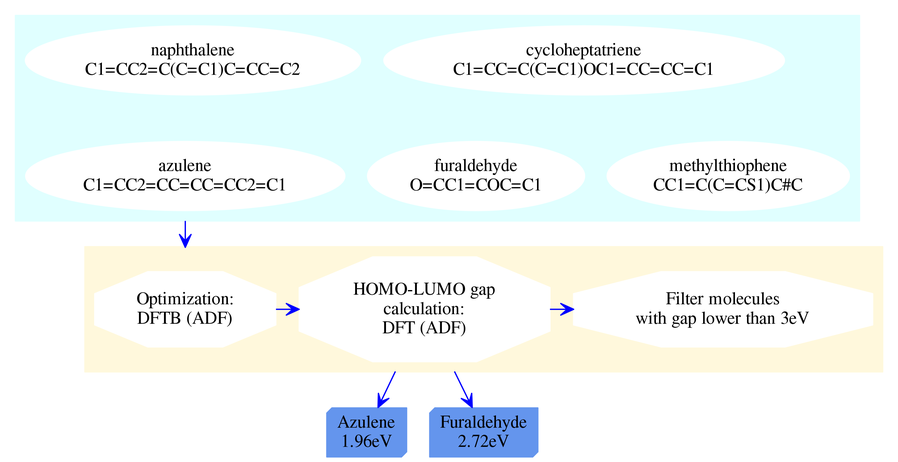
Earlier version of the Graphviz export images/example_2.png (SCM-NV/qmflows_examples). Its source is kept beside it as images/example_2.dot.
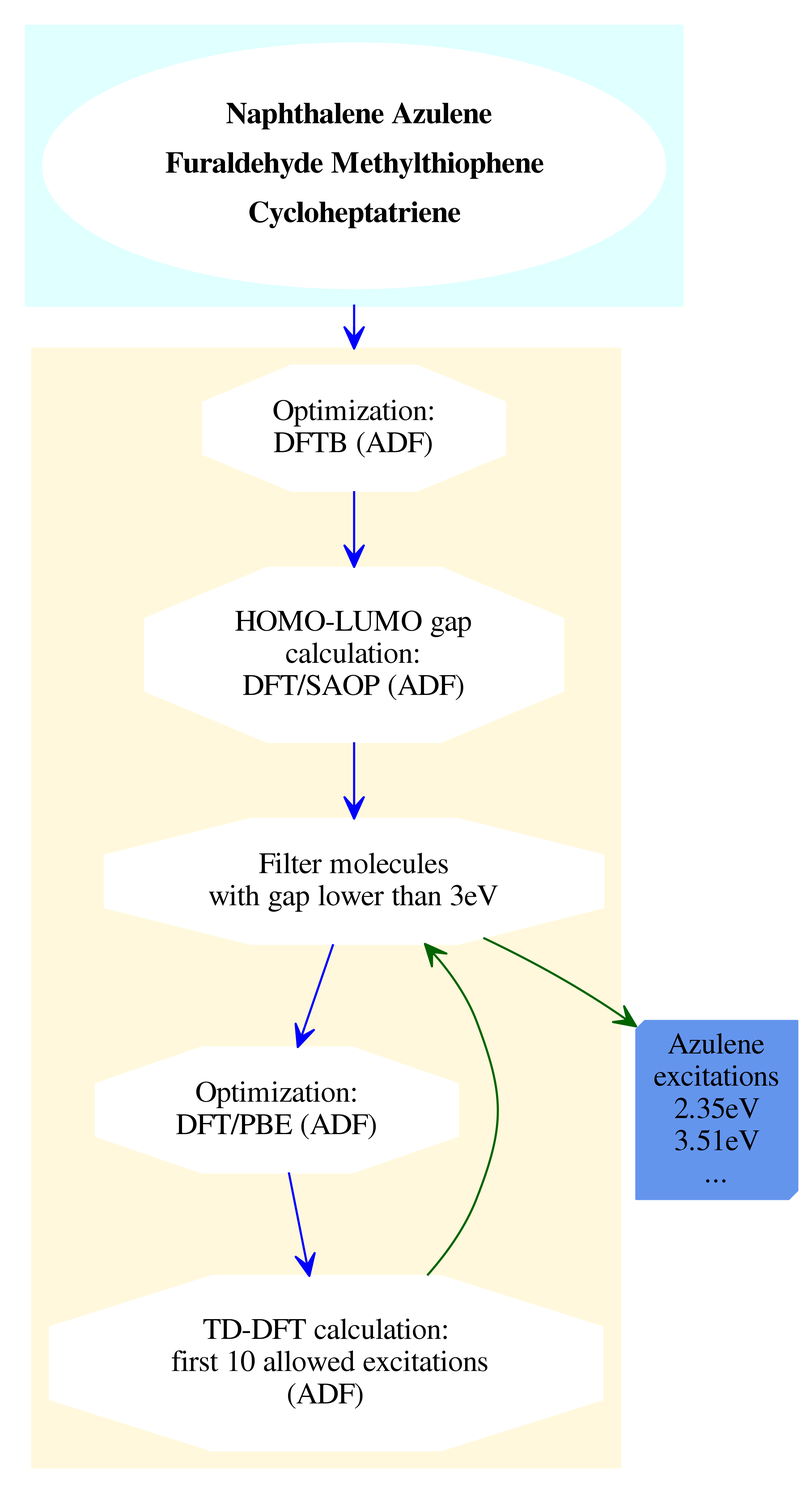
After the change.

What changed in the source:
```diff
@@ -1,43 +1,40 @@
 digraph G {
 	rankdir=TB;
 	edge[arrowhead=vee, color=blue]
-        graph [ dpi = 300 ];
+        graph [dpi=300];
 	newrank=true;
 	compound=true;
 	subgraph clustermol {
-	     node[style=filled, color=white];
-          m1[label="naphthalene\nC1=CC2=C(C=C1)C=CC=C2"]
-          m2[label="azulene\nC1=CC2=CC=CC=CC2=C1"]
-          m3[label="cycloheptatriene\nC1=CC=C(C=C1)OC1=CC=CC=C1"]
-          m4[label="furaldehyde\nO=CC1=COC=C1"]
-          m5[label="methylthiophene\nCC1=C(C=CS1)C#C"]
+		node[style=filled, color=white];
+		m1[label=<
+		   <TABLE><TR><TD><B> Naphthalene Azulene</B></TD></TR>
+		   <TR><TD><B>Furaldehyde Methylthiophene</B></TD></TR>
+		   <TR><TD><B>Cycloheptatriene</B></TD></TR>
+		   </TABLE> >]
 
-	  m1 -> m3 [style=invis];
-	  m2 -> m4 -> m5 [style=invis];
-	  m1 -> m2 [style=invis];
-          style=filled;
-          color=lightcyan1;
-	  {rank=same m1; m3}
-	  {rank=same m2; m4; m5}
+
+		style=filled;
+		color=lightcyan1;
 	}
 	subgraph clustercalc {
 	     node[style=filled, color=white, shape=octagon];
 	     dftb[label="Optimization:\nDFTB (ADF)"];
-	     adf[label="HOMO-LUMO gap\ncalculation:\nDFT (ADF)"]
+	     saop[label="HOMO-LUMO gap\ncalculation:\nDFT/SAOP (ADF)"]
 	     filter[label="Filter molecules\nwith gap lower than 3eV"]
+	     opt[label="Optimization:\nDFT/PBE (ADF)"]
+	     tddft[label="TD-DFT calculation:\n first 10 allowed excitations\n(ADF)"]
+	     dftb -> saop -> filter -> opt -> tddft;
+	     tddft -> filter [color=darkgreen];
 
-	     dftb -> adf -> filter;
+
 
              style=filled;
 	     color=cornsilk;
-	     {rank=same dftb; adf; filter}
 	}
 
-        r1[label="Azulene\n1.96eV", shape=box3d, color=cornflowerblue, style=filled]
-        r2[label="Furaldehyde\n2.72eV", shape=box3d, color=cornflowerblue, style=filled]
+        r1[label="Azulene\nexcitations\n2.35eV\n3.51eV\n...", shape=box3d, color=cornflowerblue, style=filled]
 
-	m2 -> dftb [ltail=clustermol, lhead=clustercalc]
+	m1 -> dftb [ltail=clustermol, lhead=clustercalc]
 
-	adf -> r1 [ltail=clustercalc]
-	adf -> r2 [ltail=clustercalc]
+	filter -> r1  [color=darkgreen];
 }
```
